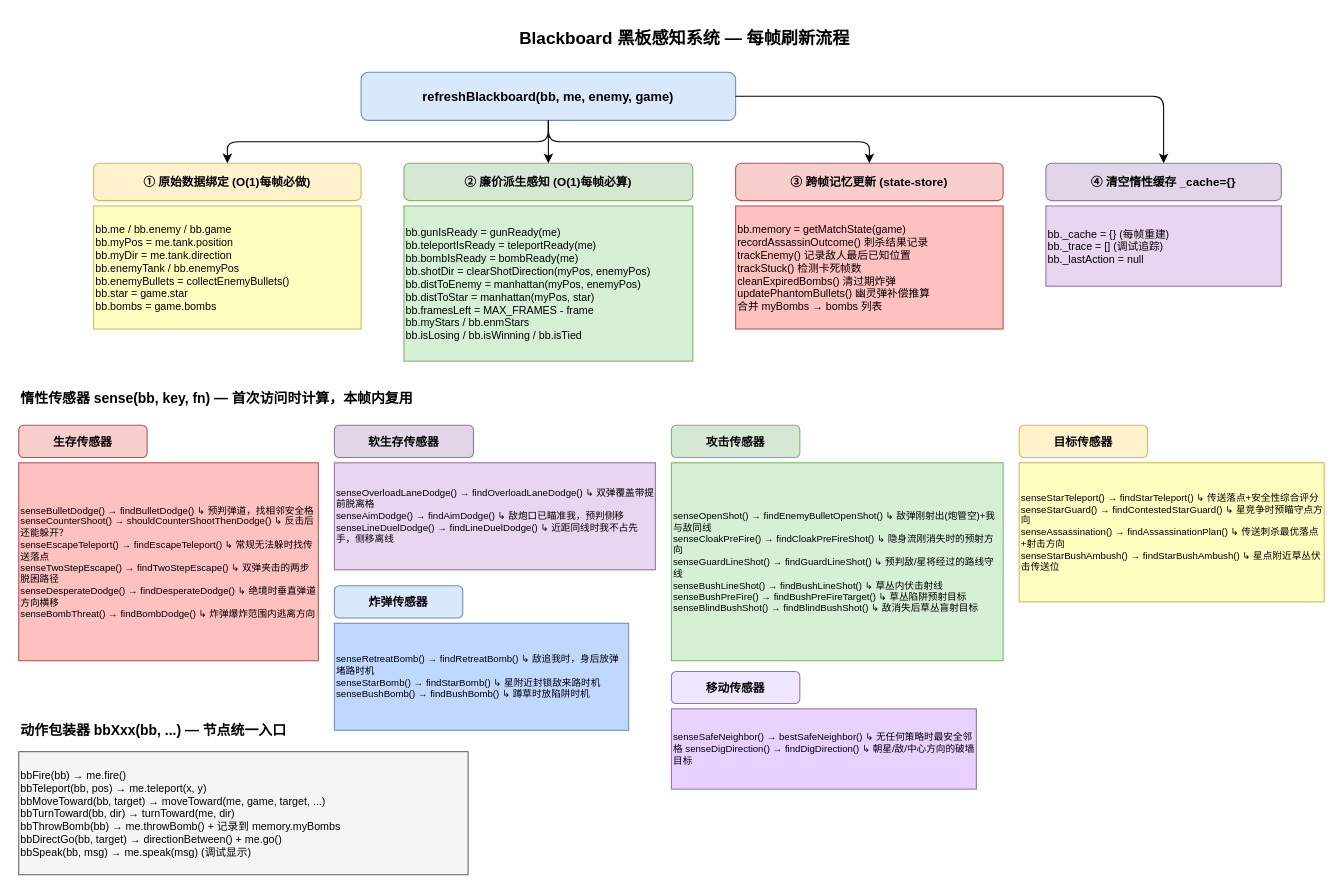
mythchen-1024/my-tank keeps this draw.io diagram as page "黑板感知系统" (2 of 4) of new-tank/tank-node.drawio. Above is the earlier version. Source tidied: cells renumbered, new cells numbered last; positions are measured from the earlier drawing's top-left corner, leaving out a move shared by most shapes. Both pictures are drawn from the tidied source at 107%, with x=0, y=0 at pixel (18, 18).
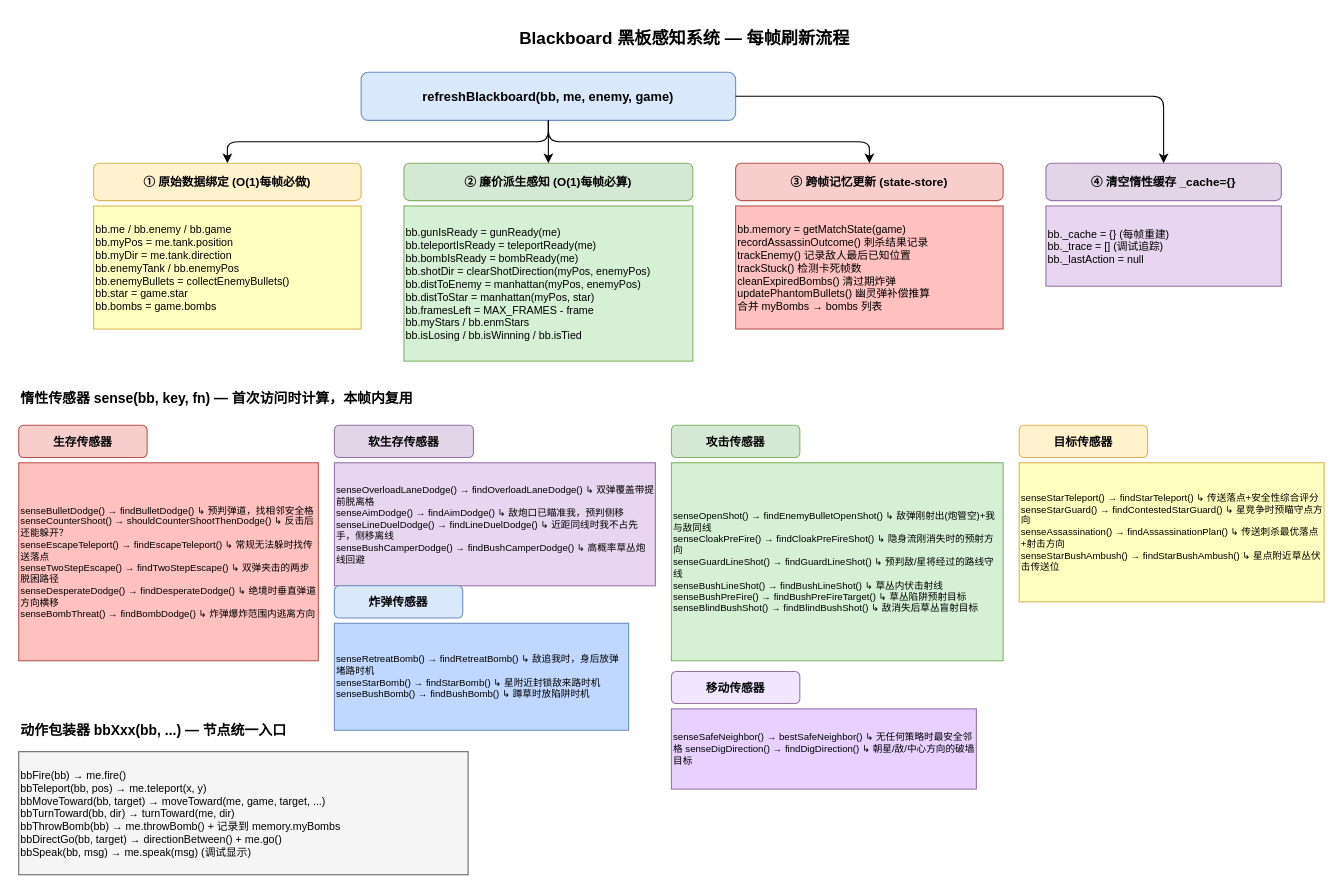
After the change.

Change to the diagram source:
```diff
@@
-    <mxCell id="20" value="&lt;div&gt;senseOverloadLaneDodge() → findOverloadLaneDodge() ↳ 双弹覆盖带提前脱离格&amp;nbsp;&lt;/div&gt;&lt;div&gt;senseAimDodge() → findAimDodge() ↳ 敌炮口已瞄准我，预判侧移&amp;nbsp;&lt;/div&gt;&lt;div&gt;senseLineDuelDodge() → findLineDuelDodge() ↳ 近距同线时我不占先手，侧移离线&lt;/div&gt;" style="rounded=0;whiteSpace=wrap;html=1;fillColor=#e8d5f0;strokeColor=#9673a6;fontSize=9;align=left;" parent="1" vertex="1">
-      <mxGeometry x="295" y="415" width="300" height="100" as="geometry" />
+    <mxCell id="20" value="&lt;div&gt;senseOverloadLaneDodge() → findOverloadLaneDodge() ↳ 双弹覆盖带提前脱离格&amp;nbsp;&lt;/div&gt;&lt;div&gt;senseAimDodge() → findAimDodge() ↳ 敌炮口已瞄准我，预判侧移&amp;nbsp;&lt;/div&gt;&lt;div&gt;senseLineDuelDodge() → findLineDuelDodge() ↳ 近距同线时我不占先手，侧移离线&amp;nbsp;&lt;/div&gt;&lt;div&gt;senseBushCamperDodge() → findBushCamperDodge() ↳ 高概率草丛炮线回避&lt;/div&gt;" style="rounded=0;whiteSpace=wrap;html=1;fillColor=#e8d5f0;strokeColor=#9673a6;fontSize=9;align=left;" parent="1" vertex="1">
+      <mxGeometry x="295" y="415" width="300" height="115" as="geometry" />
     </mxCell>
```
